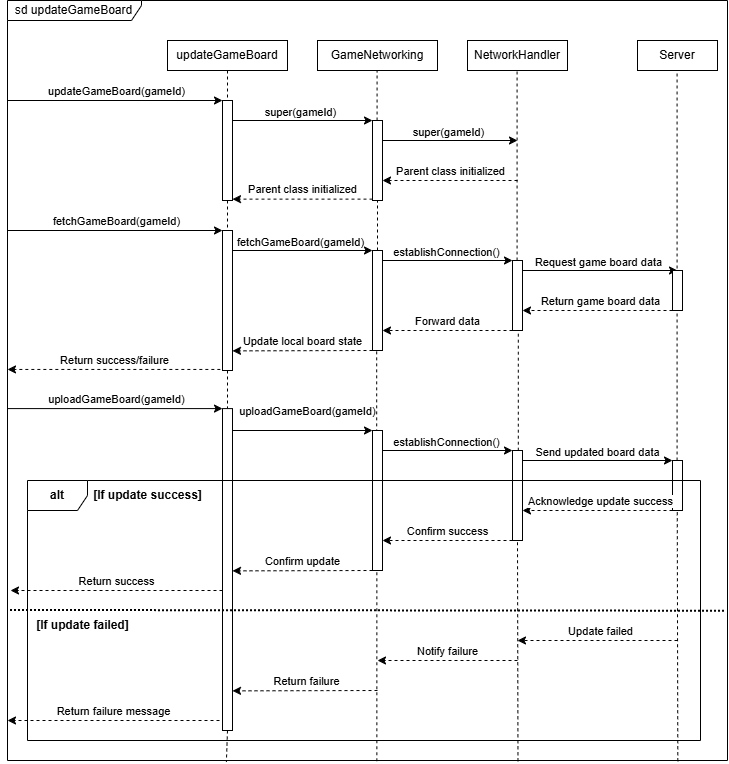
The draw.io diagram iteration1_deliverables/sequence_diagrams/updateGameBoard_sequence.png in SarimEkram/Multiplayer-Board-platform, before a commit. Source tidied: cells renumbered, new cells last; positions are measured from the earlier drawing's top-left corner, leaving out a move shared by most shapes.
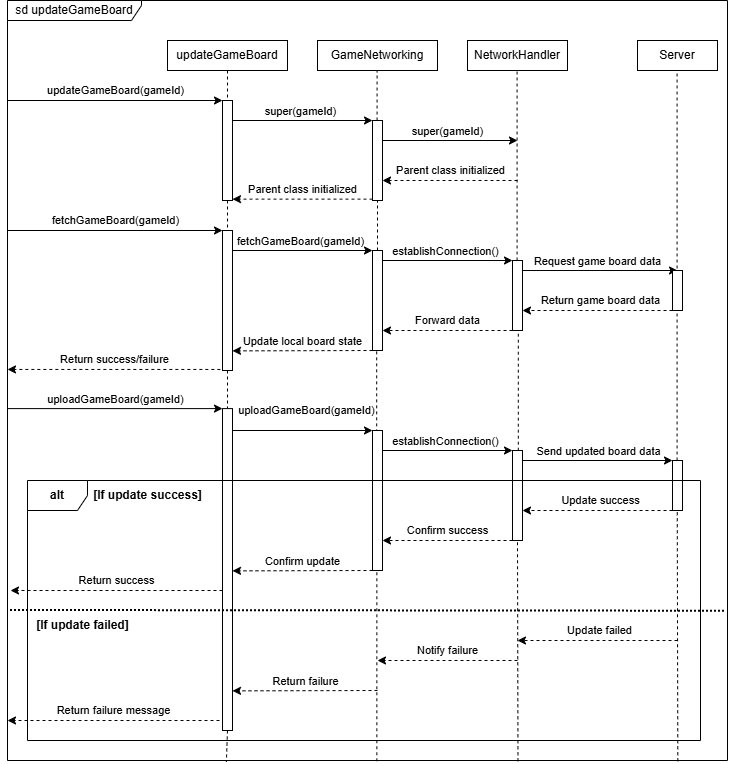
Later version of the same file.

Commit message:
Final changes to sequence diagram for updateGameBoard

Diff of the diagram source:
```diff
@@ -295,7 +295,7 @@
         <mxPoint x="515" y="510" as="targetPoint" />
       </mxGeometry>
     </mxCell>
-    <mxCell id="68" value="Acknowledge update success" style="edgeLabel;html=1;align=center;verticalAlign=middle;" parent="67" vertex="1">
+    <mxCell id="68" value="Update success" style="edgeLabel;html=1;align=center;verticalAlign=middle;" parent="67" vertex="1">
       <mxGeometry x="0.11" y="-1" relative="1" as="geometry">
         <mxPoint x="10" y="-9" as="offset" />
       </mxGeometry>
```
